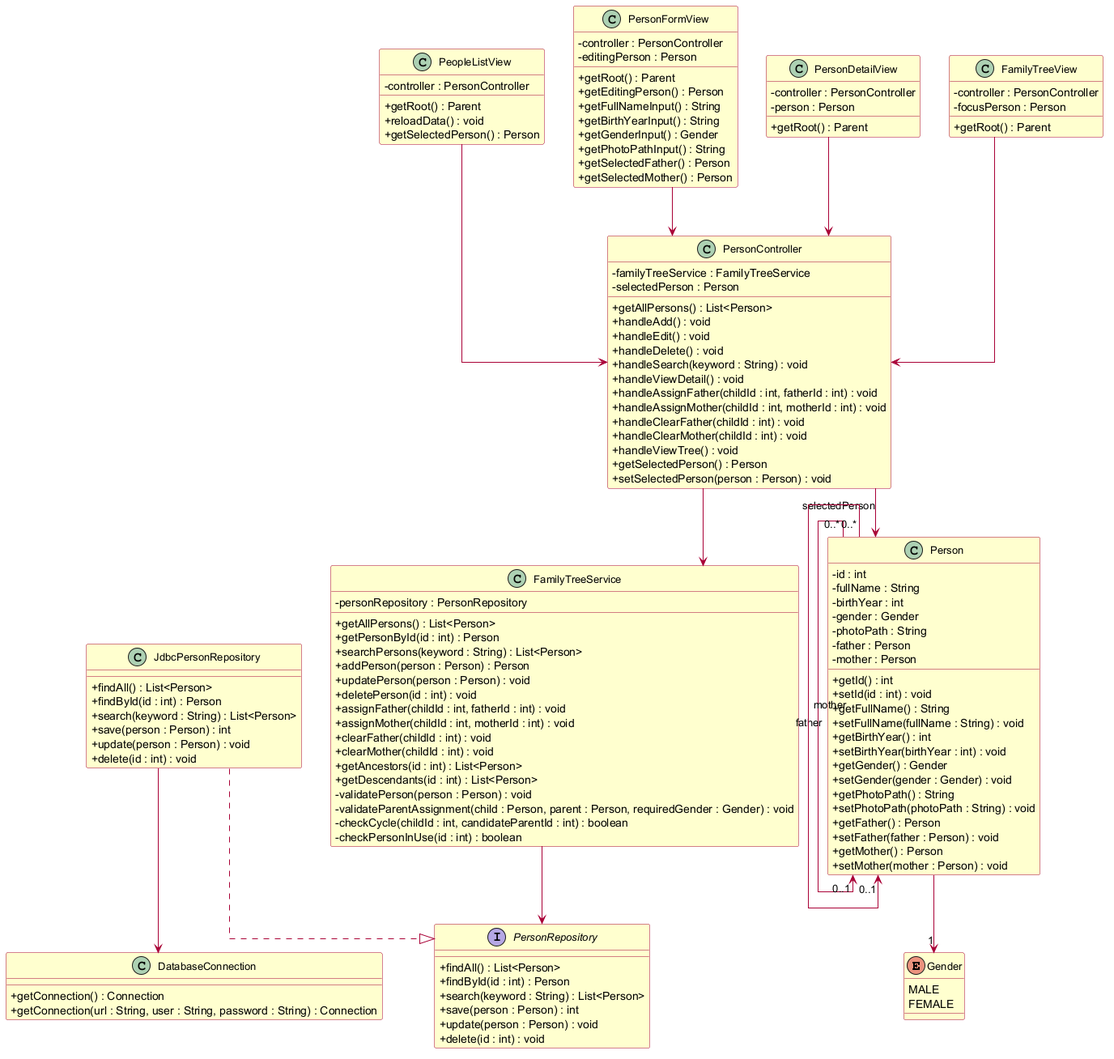
Above: docs/uml/class-diagram.png in minhchien170704/do-an-gia-pha (PlantUML), before the change.
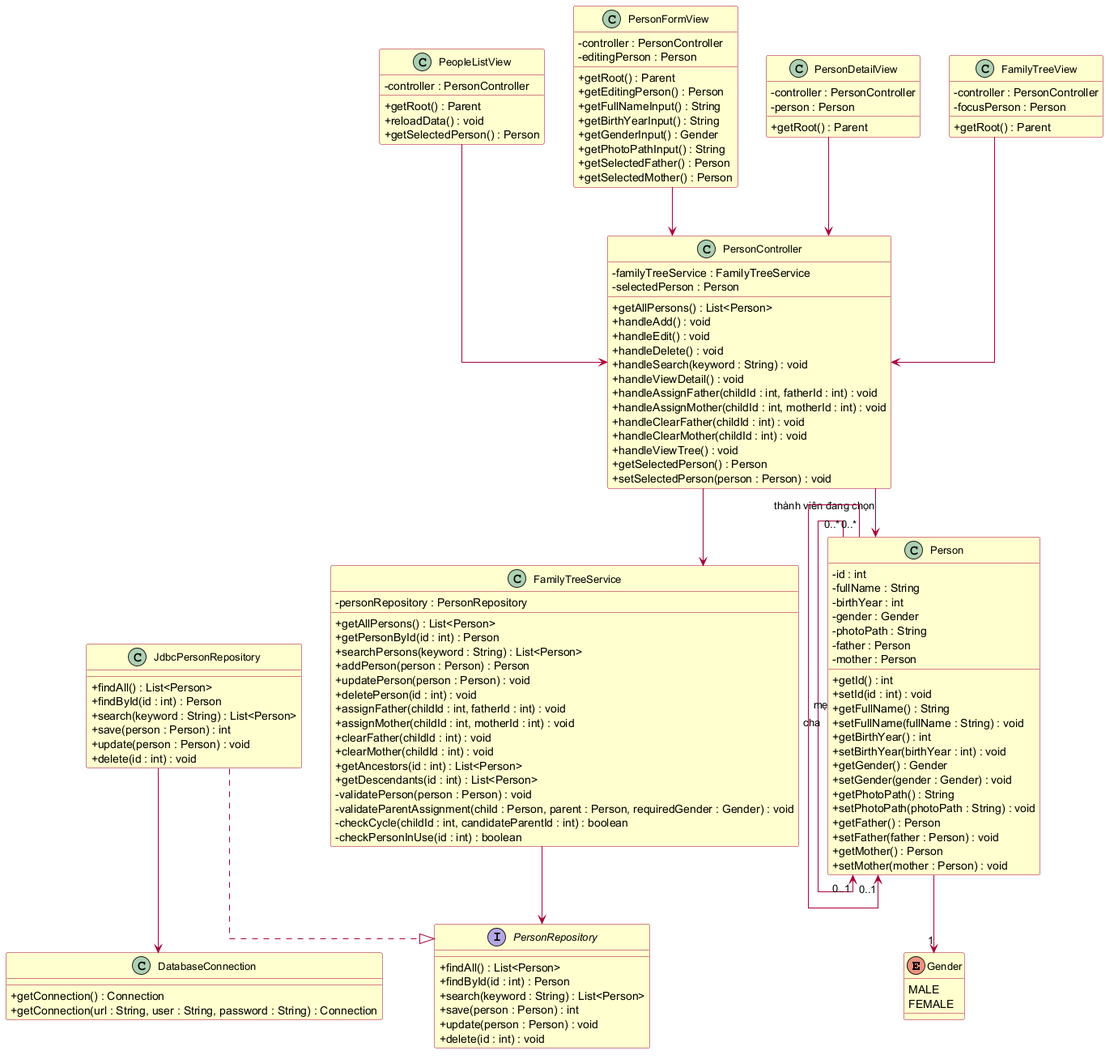
Above is the later version.

What changed in the source:
```diff
@@ -145,14 +145,14 @@
 FamilyTreeView --> PersonController
 
 PersonController --> FamilyTreeService
-PersonController --> Person : selectedPerson
+PersonController --> Person : thành viên đang chọn
 
 FamilyTreeService --> PersonRepository
 JdbcPersonRepository ..|> PersonRepository
 JdbcPersonRepository --> DatabaseConnection
 
 Person --> "1" Gender
-Person "0..*" --> "0..1" Person : father
-Person "0..*" --> "0..1" Person : mother
+Person "0..*" --> "0..1" Person : cha
+Person "0..*" --> "0..1" Person : mẹ
 
 @enduml
```
